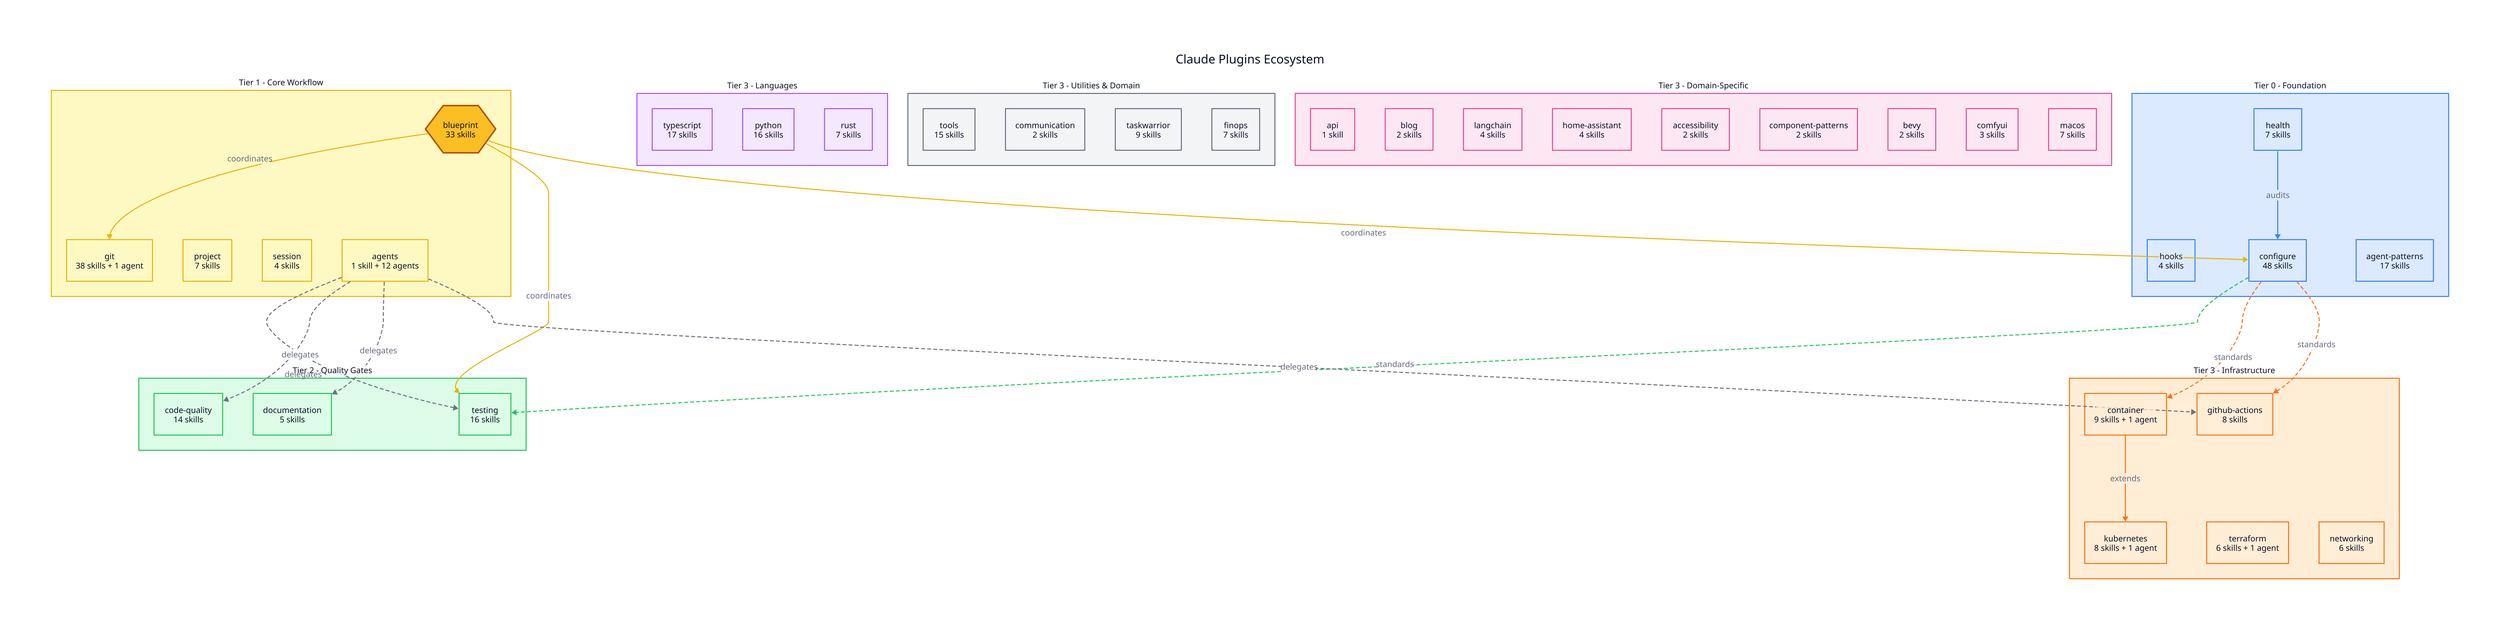
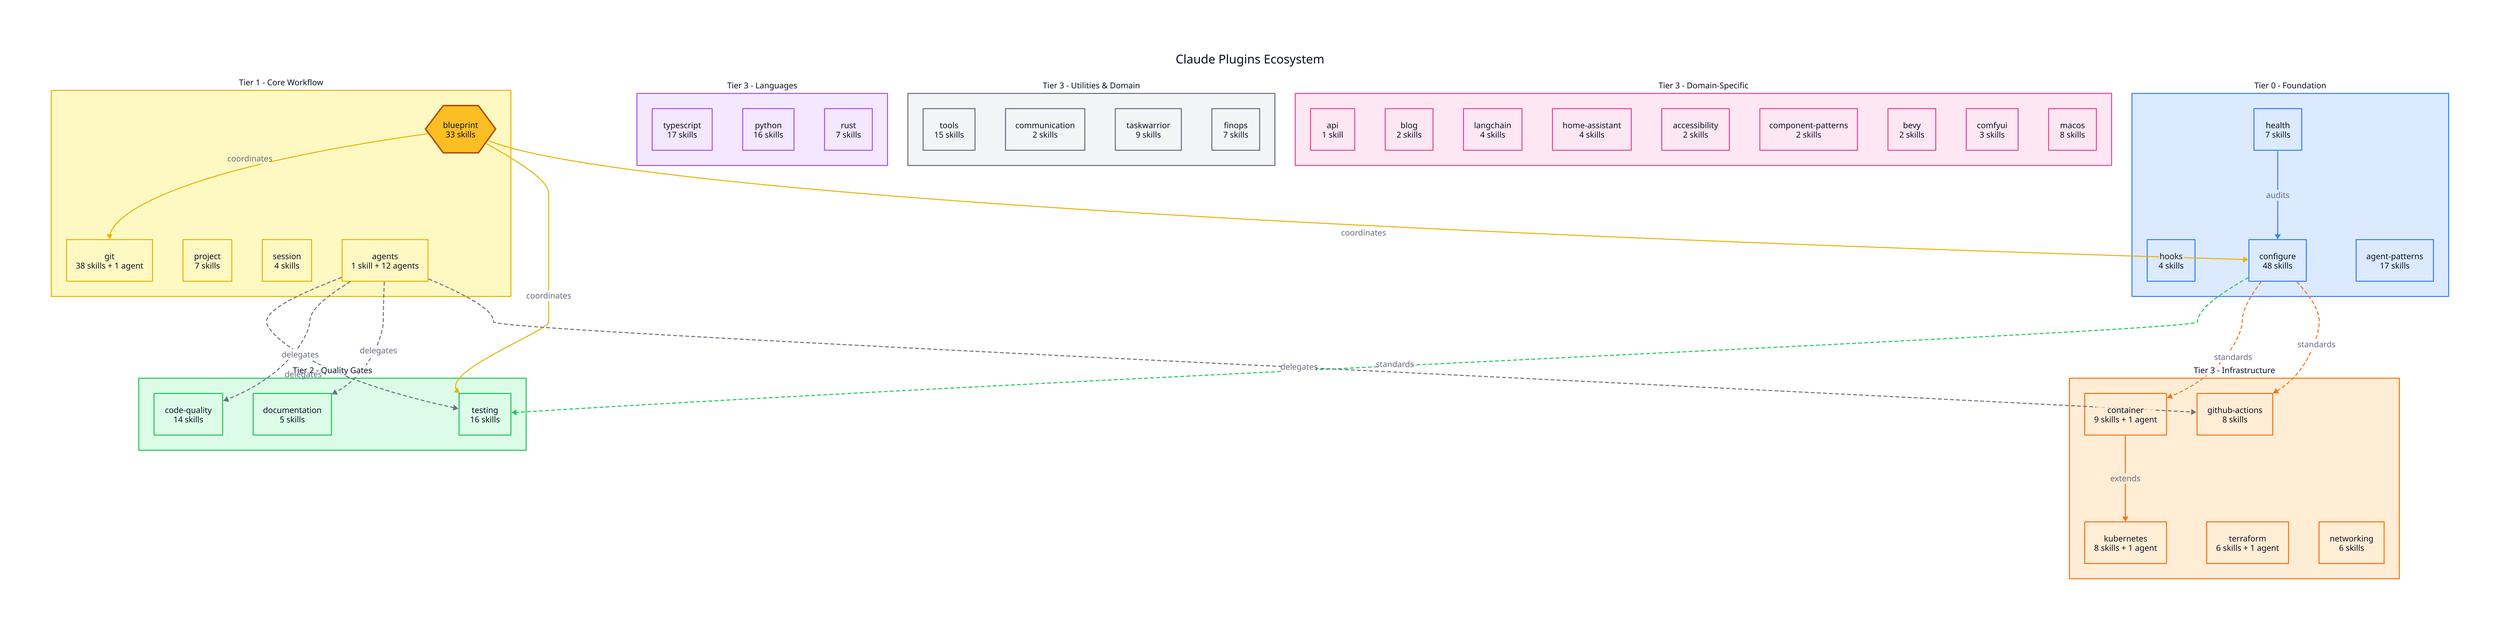
direction: down

title: "Claude Plugins Ecosystem" {
  near: top-center
  shape: text
  style: {
    font-size: 24
    bold: true
  }
}

# === CLASSES ===
classes: {
  foundation: {
    style.fill: "#dbeafe"
    style.stroke: "#3b82f6"
  }
  core: {
    style.fill: "#fef9c3"
    style.stroke: "#eab308"
  }
  quality: {
    style.fill: "#dcfce7"
    style.stroke: "#22c55e"
  }
  language: {
    style.fill: "#f3e8ff"
    style.stroke: "#a855f7"
  }
  infra: {
    style.fill: "#ffedd5"
    style.stroke: "#f97316"
  }
  utility: {
    style.fill: "#f3f4f6"
    style.stroke: "#6b7280"
  }
  domain: {
    style.fill: "#fce7f3"
    style.stroke: "#ec4899"
  }
}

# === TIER 0: FOUNDATION ===
foundation: {
  label: "Tier 0 - Foundation"
  class: foundation
  style.font-size: 16
  style.bold: true

  health: {
    label: "health\n7 skills"
    shape: rectangle
    class: foundation
  }
  hooks: {
    label: "hooks\n4 skills"
    shape: rectangle
    class: foundation
  }
  configure: {
    label: "configure\n48 skills"
    shape: rectangle
    class: foundation
  }
  agent-patterns: {
    label: "agent-patterns\n17 skills"
    shape: rectangle
    class: foundation
  }
}

# === TIER 1: CORE WORKFLOW ===
core: {
  label: "Tier 1 - Core Workflow"
  class: core
  style.font-size: 16
  style.bold: true

  blueprint: {
    label: "blueprint\n33 skills"
    shape: hexagon
    style.fill: "#fbbf24"
    style.stroke: "#b45309"
    style.stroke-width: 3
  }
  git: {
    label: "git\n38 skills + 1 agent"
    shape: rectangle
    class: core
  }
  project: {
    label: "project\n7 skills"
    shape: rectangle
    class: core
  }
  session: {
    label: "session\n4 skills"
    shape: rectangle
    class: core
  }
  agents: {
    label: "agents\n1 skill + 12 agents"
    shape: rectangle
    class: core
  }
}

# === TIER 2: QUALITY GATES ===
quality: {
  label: "Tier 2 - Quality Gates"
  class: quality
  style.font-size: 16
  style.bold: true

  testing: {
    label: "testing\n16 skills"
    shape: rectangle
    class: quality
  }
  code-quality: {
    label: "code-quality\n14 skills"
    shape: rectangle
    class: quality
  }
  documentation: {
    label: "documentation\n5 skills"
    shape: rectangle
    class: quality
  }
}

# === TIER 3: LANGUAGE ===
language: {
  label: "Tier 3 - Languages"
  class: language
  style.font-size: 16
  style.bold: true

  typescript: {
    label: "typescript\n17 skills"
    shape: rectangle
    class: language
  }
  python: {
    label: "python\n16 skills"
    shape: rectangle
    class: language
  }
  rust: {
    label: "rust\n7 skills"
    shape: rectangle
    class: language
  }
}

# === TIER 3: INFRASTRUCTURE ===
infra: {
  label: "Tier 3 - Infrastructure"
  class: infra
  style.font-size: 16
  style.bold: true

  container: {
    label: "container\n9 skills + 1 agent"
    shape: rectangle
    class: infra
  }
  kubernetes: {
    label: "kubernetes\n8 skills + 1 agent"
    shape: rectangle
    class: infra
  }
  terraform: {
    label: "terraform\n6 skills + 1 agent"
    shape: rectangle
    class: infra
  }
  github-actions: {
    label: "github-actions\n8 skills"
    shape: rectangle
    class: infra
  }
  networking: {
    label: "networking\n6 skills"
    shape: rectangle
    class: infra
  }
}

# === TIER 3: UTILITIES & DOMAIN ===
utilities: {
  label: "Tier 3 - Utilities & Domain"
  class: utility
  style.font-size: 16
  style.bold: true

  tools: {
    label: "tools\n15 skills"
    shape: rectangle
    class: utility
  }
  communication: {
    label: "communication\n2 skills"
    shape: rectangle
    class: utility
  }
  taskwarrior: {
    label: "taskwarrior\n9 skills"
    shape: rectangle
    class: utility
  }
  finops: {
    label: "finops\n7 skills"
    shape: rectangle
    class: utility
  }
}

domain: {
  label: "Tier 3 - Domain-Specific"
  class: domain
  style.font-size: 16
  style.bold: true

  api: {
    label: "api\n1 skill"
    shape: rectangle
    class: domain
  }
  blog: {
    label: "blog\n2 skills"
    shape: rectangle
    class: domain
  }
  langchain: {
    label: "langchain\n4 skills"
    shape: rectangle
    class: domain
  }
  home-assistant: {
    label: "home-assistant\n4 skills"
    shape: rectangle
    class: domain
  }
  accessibility: {
    label: "accessibility\n2 skills"
    shape: rectangle
    class: domain
  }
  component-patterns: {
    label: "component-patterns\n2 skills"
    shape: rectangle
    class: domain
  }
  bevy: {
    label: "bevy\n2 skills"
    shape: rectangle
    class: domain
  }
  comfyui: {
    label: "comfyui\n3 skills"
    shape: rectangle
    class: domain
  }
  macos: {
-     label: "macos\n7 skills"
+     label: "macos\n8 skills"
    shape: rectangle
    class: domain
  }
}

# === RELATIONSHIPS ===

# Foundation flows
foundation.health -> foundation.configure: "audits" {
  style.stroke: "#3b82f6"
}

# Configure provides standards for
foundation.configure -> quality.testing: "standards" {
  style.stroke: "#22c55e"
  style.stroke-dash: 3
}
foundation.configure -> infra.container: "standards" {
  style.stroke: "#f97316"
  style.stroke-dash: 3
}
foundation.configure -> infra.github-actions: "standards" {
  style.stroke: "#f97316"
  style.stroke-dash: 3
}

# Blueprint coordinates
core.blueprint -> core.git: "coordinates" {
  style.stroke: "#eab308"
}
core.blueprint -> quality.testing: "coordinates" {
  style.stroke: "#eab308"
}
core.blueprint -> foundation.configure: "coordinates" {
  style.stroke: "#eab308"
}

# Agents delegate to
core.agents -> quality.testing: "delegates" {
  style.stroke: "#6b7280"
  style.stroke-dash: 3
}
core.agents -> quality.code-quality: "delegates" {
  style.stroke: "#6b7280"
  style.stroke-dash: 3
}
core.agents -> quality.documentation: "delegates" {
  style.stroke: "#6b7280"
  style.stroke-dash: 3
}
core.agents -> infra.github-actions: "delegates" {
  style.stroke: "#6b7280"
  style.stroke-dash: 3
}

# Infrastructure extends
infra.container -> infra.kubernetes: "extends" {
  style.stroke: "#f97316"
}
